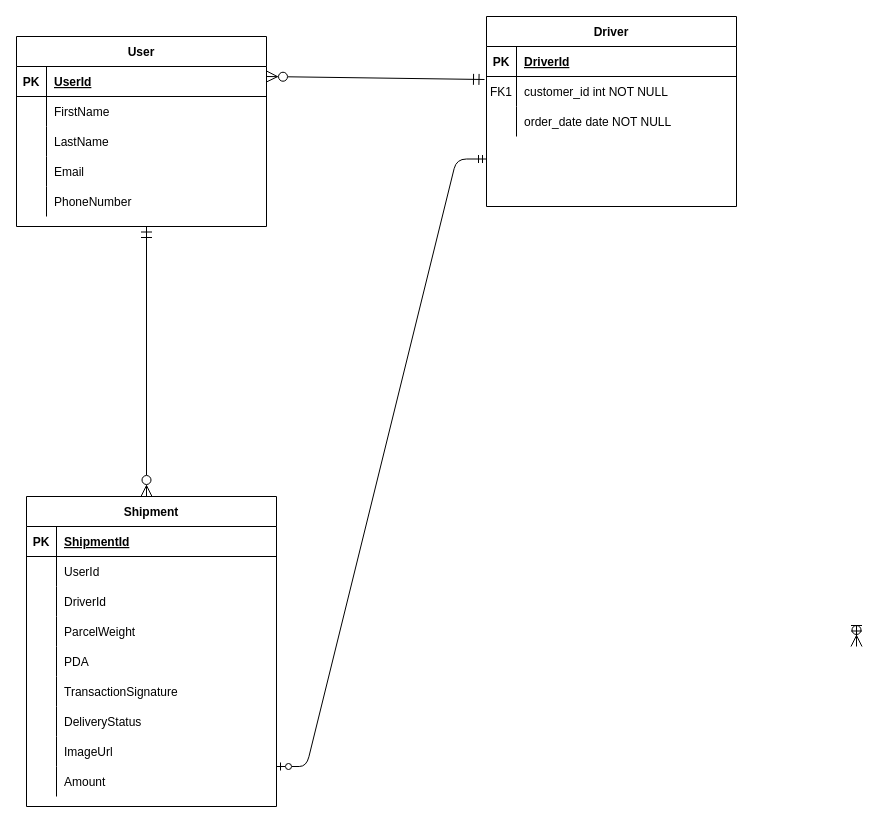
jefsamo/gct-ticketing-system keeps this draw.io diagram as ParcelDelivery.drawio. Above is the earlier version. Source tidied: cells renumbered, new cells numbered last; positions are measured from the earlier drawing's top-left corner, leaving out a move shared by most shapes. Both pictures are drawn from the tidied source at 100%, with x=0, y=0 at pixel (16, 16).
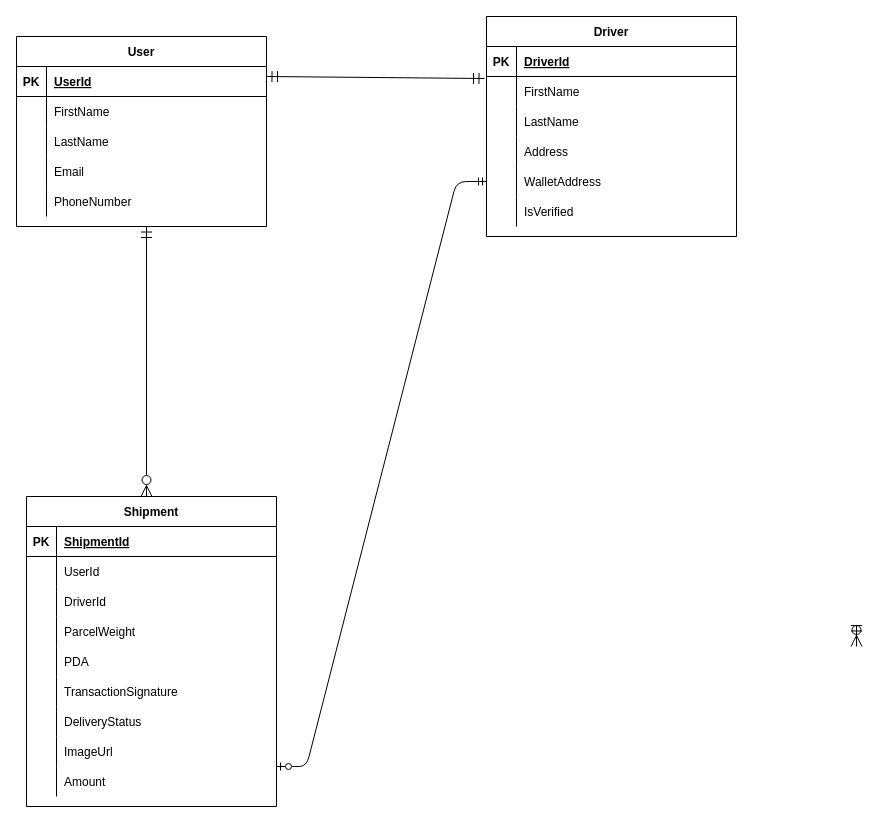
The same diagram, later.

The change refers to these unchanged cells:
```xml
<mxCell id="4" style="shape=partialRectangle;fillColor=none;points=[[0,0.5],[1,0.5]];portConstraint=eastwest;top=0;left=0;right=0;bottom=1;" parent="3" vertex="1">
  <mxGeometry y="30" width="250" height="30" as="geometry" />
</mxCell>
<mxCell id="7" style="shape=partialRectangle;fillColor=none;top=0;left=0;right=0;bottom=0;" parent="3" vertex="1">
  <mxGeometry y="60" width="250" height="30" as="geometry" />
</mxCell>
<mxCell id="10" style="shape=partialRectangle;fillColor=none;top=0;left=0;right=0;bottom=0;" parent="3" vertex="1">
  <mxGeometry y="90" width="250" height="30" as="geometry" />
</mxCell>
```

Change to the diagram source:
```diff
@@
     <mxCell id="3" value="Driver" style="shape=table;startSize=30;childLayout=tableLayout;rowLines=0;fontStyle=1;align=center;" parent="1" vertex="1">
-      <mxGeometry x="470" width="250" height="190" as="geometry" />
+      <mxGeometry x="470" width="250" height="220" as="geometry" />
     </mxCell>
@@
-    <mxCell id="8" value="FK1" style="shape=partialRectangle;overflow=hidden;fillColor=none;top=0;left=0;bottom=0;right=0;" parent="7" vertex="1">
+    <mxCell id="8" style="shape=partialRectangle;overflow=hidden;fillColor=none;top=0;left=0;bottom=0;right=0;" parent="7" vertex="1">
       <mxGeometry width="30" height="30" as="geometry" />
     </mxCell>
-    <mxCell id="9" value="customer_id int NOT NULL" style="shape=partialRectangle;overflow=hidden;fillColor=none;top=0;left=0;bottom=0;right=0;align=left;spacingLeft=6;" parent="7" vertex="1">
+    <mxCell id="9" value="FirstName" style="shape=partialRectangle;overflow=hidden;fillColor=none;top=0;left=0;bottom=0;right=0;align=left;spacingLeft=6;" parent="7" vertex="1">
       <mxGeometry x="30" width="220" height="30" as="geometry" />
     </mxCell>
@@
-    <mxCell id="12" value="order_date date NOT NULL" style="shape=partialRectangle;overflow=hidden;fillColor=none;top=0;left=0;bottom=0;right=0;align=left;spacingLeft=6;" parent="10" vertex="1">
+    <mxCell id="12" value="LastName" style="shape=partialRectangle;overflow=hidden;fillColor=none;top=0;left=0;bottom=0;right=0;align=left;spacingLeft=6;" parent="10" vertex="1">
       <mxGeometry x="30" width="220" height="30" as="geometry" />
     </mxCell>
+    <mxCell id="60" style="shape=partialRectangle;fillColor=none;top=0;left=0;right=0;bottom=0;" parent="3" vertex="1">
+      <mxGeometry y="120" width="250" height="30" as="geometry" />
+    </mxCell>
+    <mxCell id="61" style="shape=partialRectangle;overflow=hidden;fillColor=none;top=0;left=0;bottom=0;right=0;" parent="60" vertex="1">
+      <mxGeometry width="30" height="30" as="geometry" />
+    </mxCell>
+    <mxCell id="62" value="Address" style="shape=partialRectangle;overflow=hidden;fillColor=none;top=0;left=0;bottom=0;right=0;align=left;spacingLeft=6;" parent="60" vertex="1">
+      <mxGeometry x="30" width="220" height="30" as="geometry" />
+    </mxCell>
+    <mxCell id="63" style="shape=partialRectangle;fillColor=none;top=0;left=0;right=0;bottom=0;" parent="3" vertex="1">
+      <mxGeometry y="150" width="250" height="30" as="geometry" />
+    </mxCell>
+    <mxCell id="64" style="shape=partialRectangle;overflow=hidden;fillColor=none;top=0;left=0;bottom=0;right=0;" parent="63" vertex="1">
+      <mxGeometry width="30" height="30" as="geometry" />
+    </mxCell>
+    <mxCell id="65" value="WalletAddress" style="shape=partialRectangle;overflow=hidden;fillColor=none;top=0;left=0;bottom=0;right=0;align=left;spacingLeft=6;" parent="63" vertex="1">
+      <mxGeometry x="30" width="220" height="30" as="geometry" />
+    </mxCell>
+    <mxCell id="66" style="shape=partialRectangle;fillColor=none;top=0;left=0;right=0;bottom=0;" parent="3" vertex="1">
+      <mxGeometry y="180" width="250" height="30" as="geometry" />
+    </mxCell>
+    <mxCell id="67" style="shape=partialRectangle;overflow=hidden;fillColor=none;top=0;left=0;bottom=0;right=0;" parent="66" vertex="1">
+      <mxGeometry width="30" height="30" as="geometry" />
+    </mxCell>
+    <mxCell id="68" value="IsVerified" style="shape=partialRectangle;overflow=hidden;fillColor=none;top=0;left=0;bottom=0;right=0;align=left;spacingLeft=6;" parent="66" vertex="1">
+      <mxGeometry x="30" width="220" height="30" as="geometry" />
+    </mxCell>
@@
-    <mxCell id="58" style="endArrow=ERmandOne;html=1;rounded=0;endFill=0;startArrow=ERzeroToMany;startFill=0;startSize=9;endSize=9;entryX=-0.008;entryY=1.1;entryDx=0;entryDy=0;entryPerimeter=0;" parent="1" edge="1" target="4">
+    <mxCell id="58" style="endArrow=ERmandOne;html=1;rounded=0;endFill=0;startArrow=ERmandOne;startFill=0;startSize=9;endSize=9;entryX=-0.008;entryY=1.067;entryDx=0;entryDy=0;entryPerimeter=0;" parent="1" edge="1" target="4">
       <mxGeometry relative="1" as="geometry">
         <mxPoint x="250" y="60" as="sourcePoint" />
       </mxGeometry>
     </mxCell>
```
